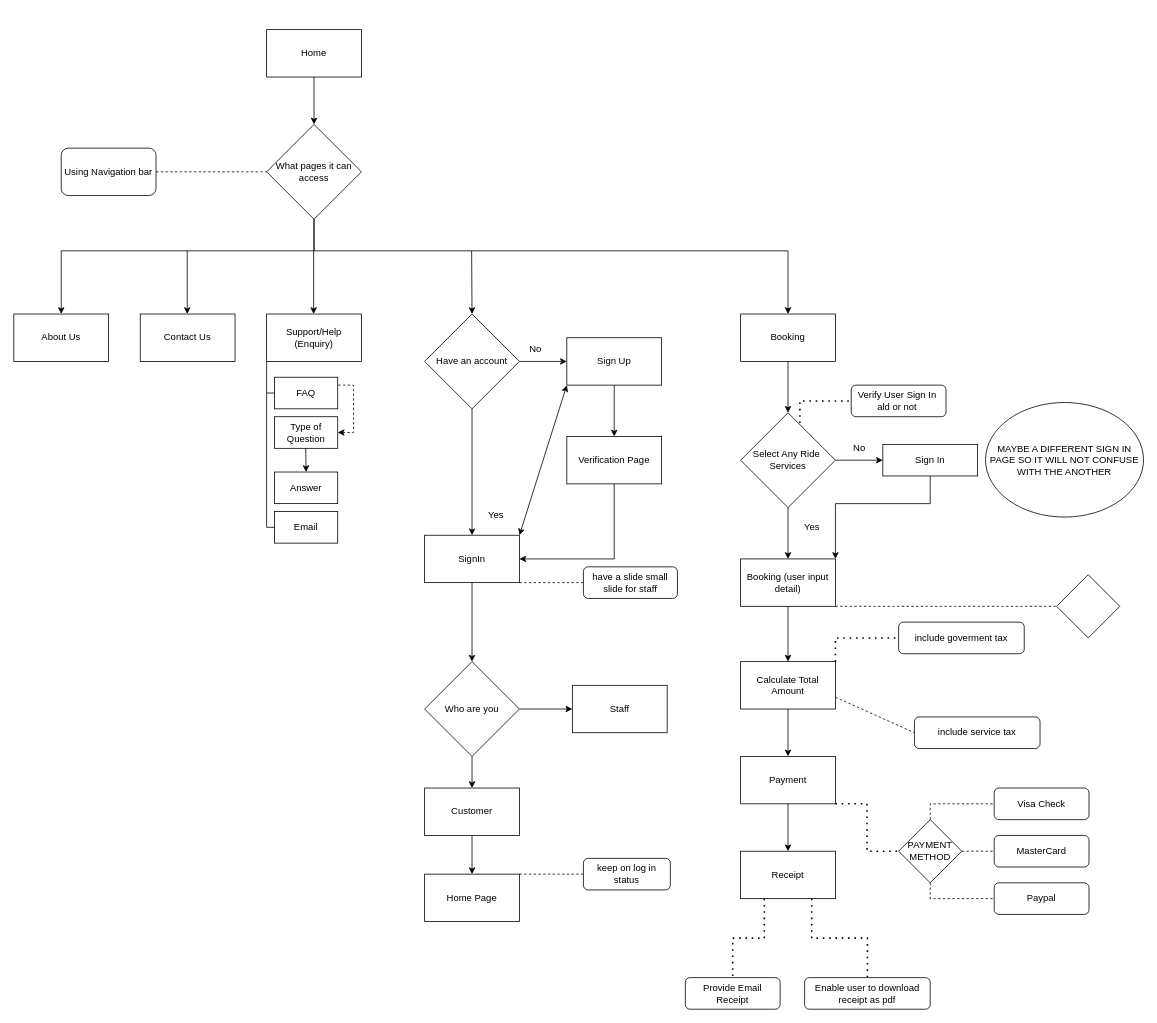
FangZhen02/Comp1807-CW keeps this draw.io diagram as Untitled Diagram.drawio. Above is the earlier version. Source tidied: cells renumbered, new cells numbered last; positions are measured from the earlier drawing's top-left corner, leaving out a move shared by most shapes. Both pictures are drawn from the tidied source at 79%, with x=0, y=0 at pixel (13, 29).
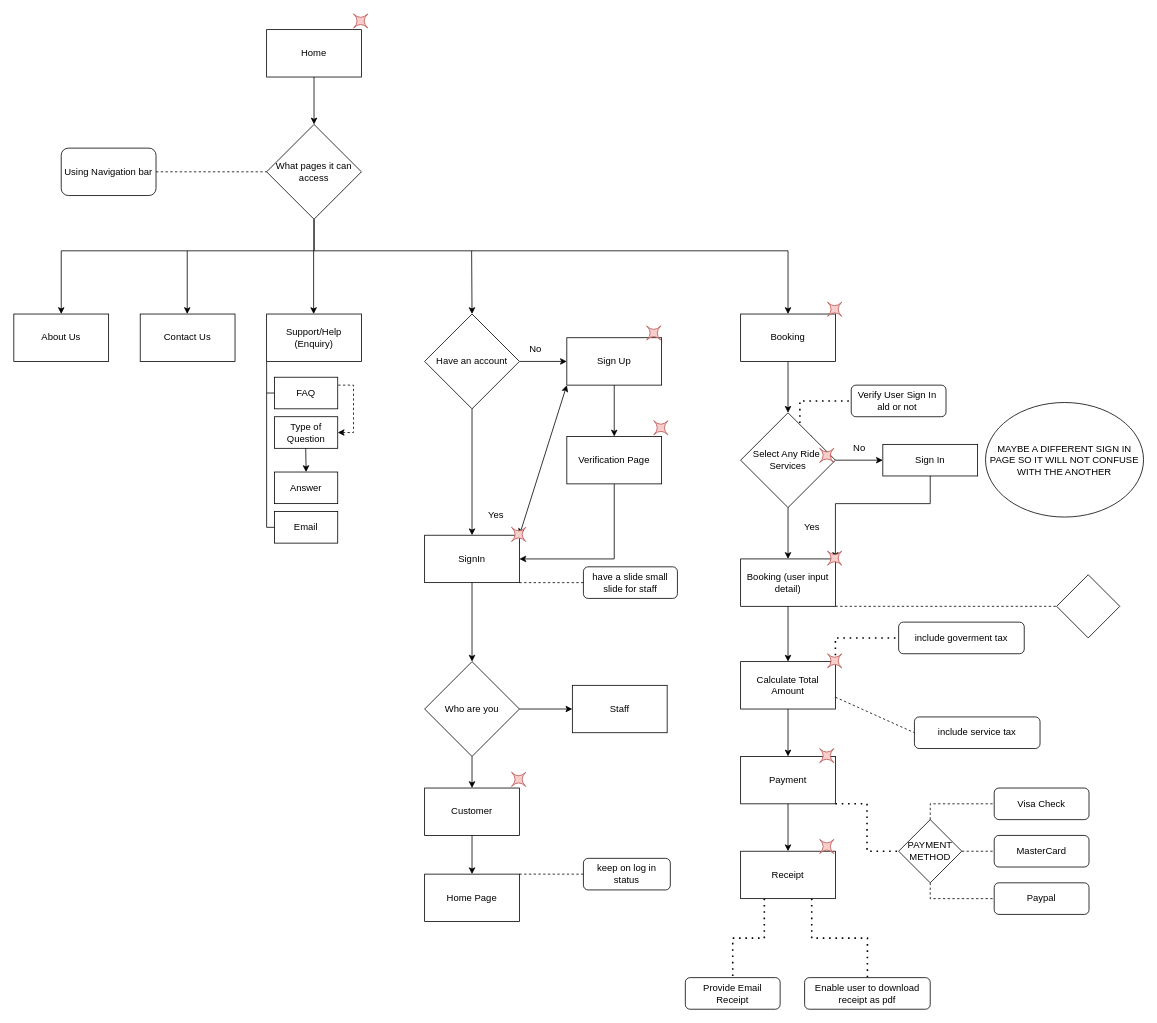
Above is the later version.

The edit, as a diff of the source:
```diff
@@
+    <mxCell id="83" style="shape=switch;whiteSpace=wrap;html=1;fillColor=#f8cecc;strokeColor=#b85450;" parent="1" vertex="1">
+      <mxGeometry x="430" y="-20" width="18" height="18" as="geometry" />
+    </mxCell>
+    <mxCell id="84" style="shape=switch;whiteSpace=wrap;html=1;fillColor=#f8cecc;strokeColor=#b85450;" parent="1" vertex="1">
+      <mxGeometry x="801" y="375" width="18" height="18" as="geometry" />
+    </mxCell>
+    <mxCell id="85" style="shape=switch;whiteSpace=wrap;html=1;fillColor=#f8cecc;strokeColor=#b85450;" parent="1" vertex="1">
+      <mxGeometry x="810" y="495" width="18" height="18" as="geometry" />
+    </mxCell>
+    <mxCell id="86" style="shape=switch;whiteSpace=wrap;html=1;fillColor=#f8cecc;strokeColor=#b85450;" parent="1" vertex="1">
+      <mxGeometry x="630" y="630" width="18" height="18" as="geometry" />
+    </mxCell>
+    <mxCell id="87" style="shape=switch;whiteSpace=wrap;html=1;fillColor=#f8cecc;strokeColor=#b85450;" parent="1" vertex="1">
+      <mxGeometry x="630" y="940" width="18" height="18" as="geometry" />
+    </mxCell>
+    <mxCell id="88" style="shape=switch;whiteSpace=wrap;html=1;fillColor=#f8cecc;strokeColor=#b85450;" parent="1" vertex="1">
+      <mxGeometry x="1030" y="345" width="18" height="18" as="geometry" />
+    </mxCell>
+    <mxCell id="89" style="shape=switch;whiteSpace=wrap;html=1;fillColor=#f8cecc;strokeColor=#b85450;" parent="1" vertex="1">
+      <mxGeometry x="1020" y="530" width="18" height="18" as="geometry" />
+    </mxCell>
+    <mxCell id="90" style="shape=switch;whiteSpace=wrap;html=1;fillColor=#f8cecc;strokeColor=#b85450;" parent="1" vertex="1">
+      <mxGeometry x="1030" y="660" width="18" height="18" as="geometry" />
+    </mxCell>
+    <mxCell id="91" style="shape=switch;whiteSpace=wrap;html=1;fillColor=#f8cecc;strokeColor=#b85450;" parent="1" vertex="1">
+      <mxGeometry x="1030" y="790" width="18" height="18" as="geometry" />
+    </mxCell>
+    <mxCell id="92" style="shape=switch;whiteSpace=wrap;html=1;fillColor=#f8cecc;strokeColor=#b85450;" parent="1" vertex="1">
+      <mxGeometry x="1020" y="910" width="18" height="18" as="geometry" />
+    </mxCell>
+    <mxCell id="93" style="shape=switch;whiteSpace=wrap;html=1;fillColor=#f8cecc;strokeColor=#b85450;" parent="1" vertex="1">
+      <mxGeometry x="1020" y="1025" width="18" height="18" as="geometry" />
+    </mxCell>
```
